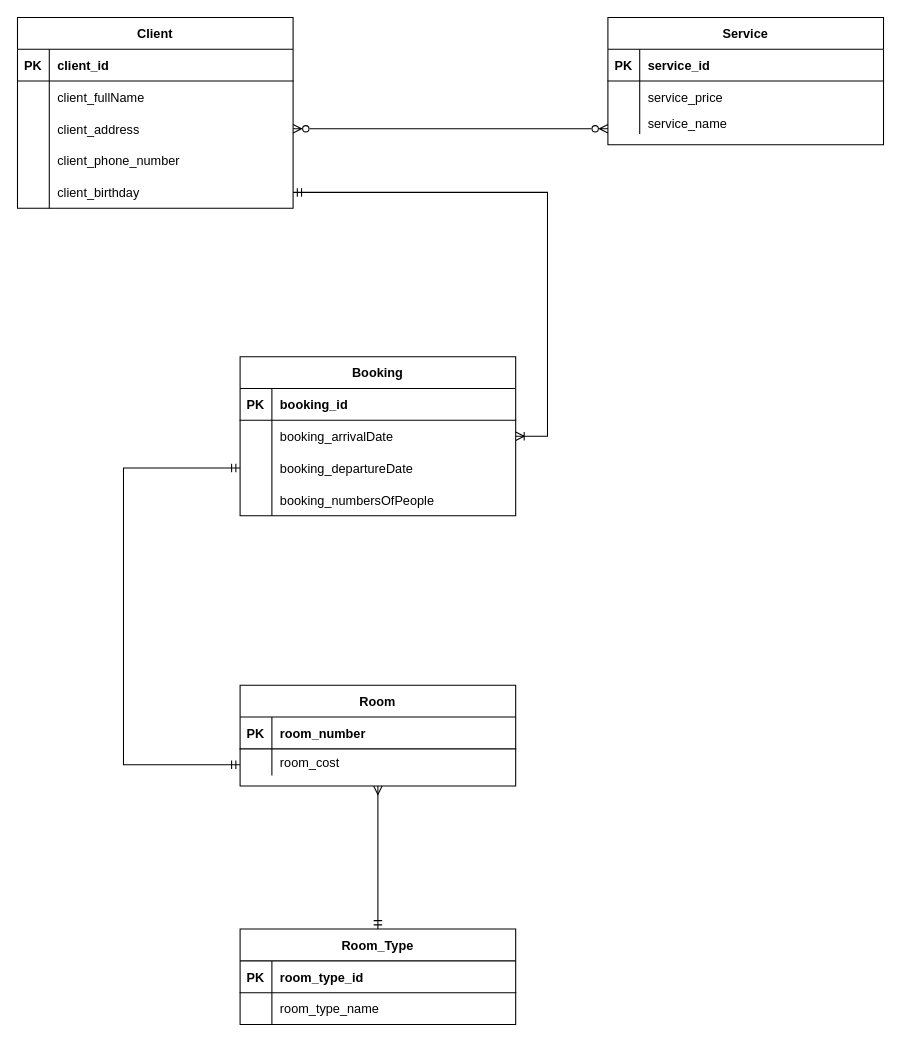
Earlier version of the draw.io diagram page "Er-диаграмма" (1 of 2) of doc/hotel_diagrams.drawio (sahland/Hotel). Source tidied: cells renumbered, new cells numbered last; positions are measured from the earlier drawing's top-left corner, leaving out a move shared by most shapes. Both pictures are drawn from the tidied source at 106%, with x=0, y=0 at pixel (17, -73).
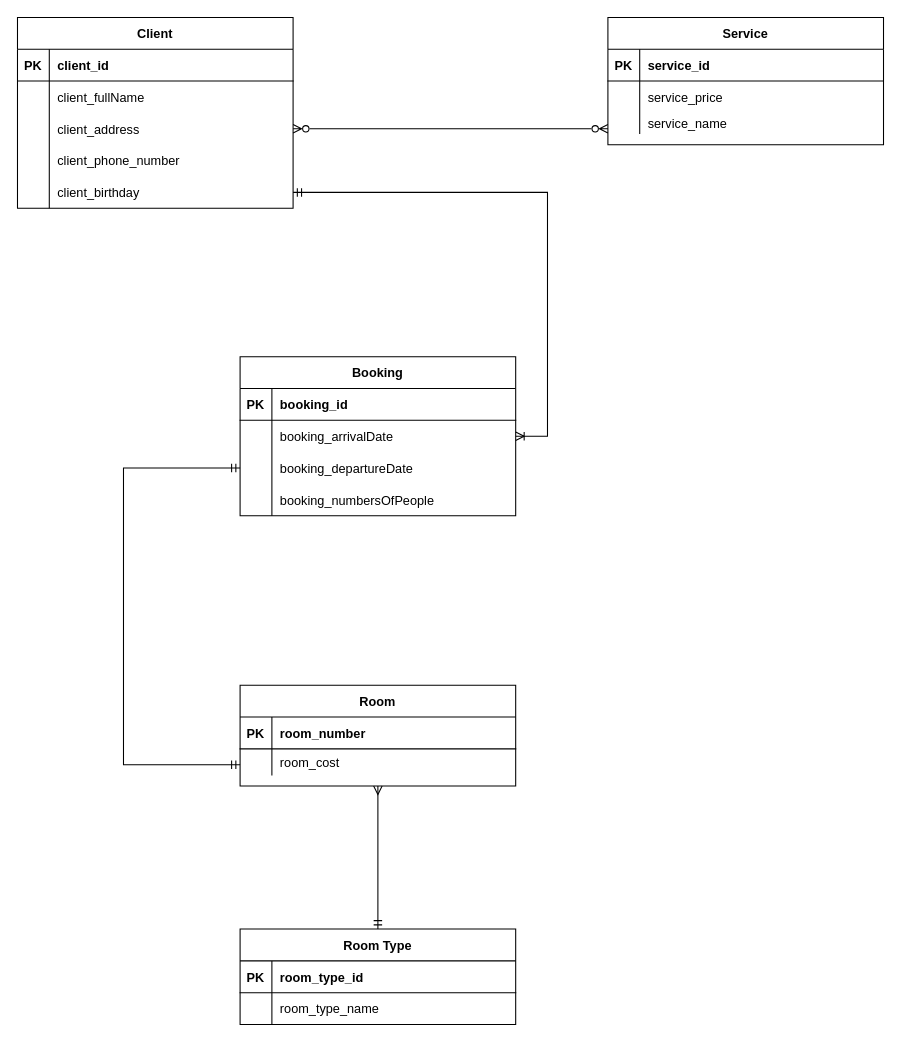
The same page after the edit.

The edit, as a diff of the source:
```diff
@@
-    <mxCell id="51" value="Room_Type" style="shape=table;startSize=30;childLayout=tableLayout;rowLines=0;fontStyle=1;align=center;" parent="1" vertex="1">
+    <mxCell id="51" value="Room Type" style="shape=table;startSize=30;childLayout=tableLayout;rowLines=0;fontStyle=1;align=center;" parent="1" vertex="1">
       <mxGeometry x="210" y="945" width="260" height="90" as="geometry" />
     </mxCell>
```
